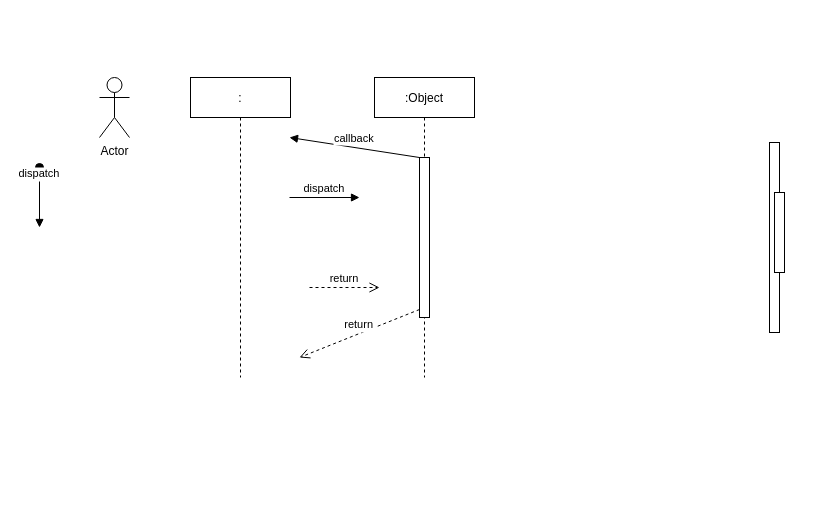
Earlier version of the draw.io diagram SequnceDiagram.drawio (Yash7200/CP-1). Source tidied: cells renumbered, new cells numbered last; positions are measured from the earlier drawing's top-left corner, leaving out a move shared by most shapes. Both pictures are drawn from the tidied source at 100%, with x=0, y=0 at pixel (39, 77).
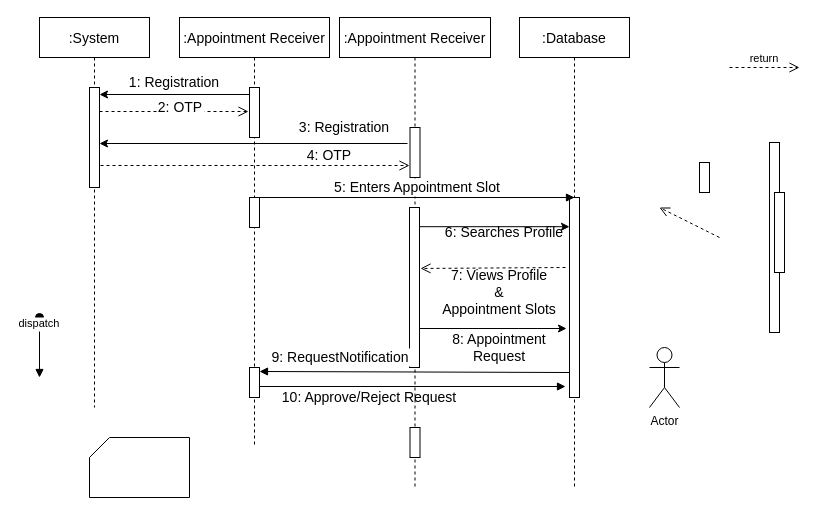
After the change.

The edit, as a diff of the source:
```diff
@@
-    <mxCell id="2" value=":" style="shape=umlLifeline;perimeter=lifelinePerimeter;rounded=0;shadow=0;strokeWidth=1;" parent="1" vertex="1">
-      <mxGeometry x="151" width="100" height="300" as="geometry" />
+    <mxCell id="2" value=":System" style="shape=umlLifeline;perimeter=lifelinePerimeter;rounded=0;shadow=0;strokeWidth=1;fontSize=14;" parent="1" vertex="1">
+      <mxGeometry y="-60" width="110" height="390" as="geometry" />
     </mxCell>
+    <mxCell id="13" style="points=[];perimeter=orthogonalPerimeter;rounded=0;shadow=0;strokeWidth=1;" parent="2" vertex="1">
+      <mxGeometry x="50" y="70" width="10" height="100" as="geometry" />
+    </mxCell>
-    <mxCell id="3" value=":Object" style="shape=umlLifeline;perimeter=lifelinePerimeter;rounded=0;shadow=0;strokeWidth=1;" parent="1" vertex="1">
-      <mxGeometry x="335" width="100" height="300" as="geometry" />
+    <mxCell id="3" value=":Appointment Receiver" style="shape=umlLifeline;perimeter=lifelinePerimeter;rounded=0;shadow=0;strokeWidth=1;fontSize=14;" parent="1" vertex="1">
+      <mxGeometry x="140" y="-60" width="150" height="430" as="geometry" />
     </mxCell>
     <mxCell id="4" style="points=[];perimeter=orthogonalPerimeter;rounded=0;shadow=0;strokeWidth=1;" parent="3" vertex="1">
-      <mxGeometry x="45" y="80" width="10" height="160" as="geometry" />
+      <mxGeometry x="70" y="70" width="10" height="50" as="geometry" />
     </mxCell>
+    <mxCell id="14" style="points=[];perimeter=orthogonalPerimeter;rounded=0;shadow=0;strokeWidth=1;" parent="3" vertex="1">
+      <mxGeometry x="70" y="180" width="10" height="30" as="geometry" />
+    </mxCell>
+    <mxCell id="15" style="perimeter=orthogonalPerimeter;rounded=0;shadow=0;strokeWidth=1;" parent="3" vertex="1">
+      <mxGeometry x="70" y="350" width="10" height="30" as="geometry" />
+    </mxCell>
-    <mxCell id="5" value="return" style="verticalAlign=bottom;endArrow=open;dashed=1;endSize=8;exitX=0;exitY=0.95;shadow=0;strokeWidth=1;" parent="1" edge="1" source="4">
-      <mxGeometry relative="1" as="geometry">
-        <mxPoint x="260" y="280" as="targetPoint" />
-      </mxGeometry>
+    <mxCell id="5" value="2: OTP" style="verticalAlign=bottom;endArrow=open;dashed=1;endSize=8;shadow=0;strokeWidth=1;entryX=-0.1;entryY=0.48;entryDx=0;entryDy=0;entryPerimeter=0;exitX=1;exitY=0.24;exitDx=0;exitDy=0;exitPerimeter=0;fontSize=14;" parent="1" edge="1" source="13" target="4">
+      <mxGeometry x="0.09" y="-6" relative="1" as="geometry" />
     </mxCell>
-    <mxCell id="6" value="dispatch" style="verticalAlign=bottom;endArrow=block;shadow=0;strokeWidth=1;" parent="1" edge="1">
-      <mxGeometry relative="1" as="geometry">
-        <mxPoint x="250" y="120" as="sourcePoint" />
-        <mxPoint x="320" y="120" as="targetPoint" />
-      </mxGeometry>
-    </mxCell>
-    <mxCell id="7" value="callback" style="verticalAlign=bottom;endArrow=block;shadow=0;strokeWidth=1;" parent="1" edge="1" source="4">
-      <mxGeometry relative="1" as="geometry">
-        <mxPoint x="250" y="60" as="targetPoint" />
+    <mxCell id="7" value="10: Approve/Reject Request" style="verticalAlign=bottom;endArrow=block;shadow=0;strokeWidth=1;entryX=-0.4;entryY=0.945;entryDx=0;entryDy=0;entryPerimeter=0;fontSize=14;" parent="1" edge="1" target="27">
+      <mxGeometry x="-0.28" y="-21" relative="1" as="geometry">
+        <mxPoint x="220" y="309" as="sourcePoint" />
       </mxGeometry>
     </mxCell>
-    <mxCell id="8" value="return" style="verticalAlign=bottom;endArrow=open;dashed=1;endSize=8;shadow=0;strokeWidth=1;" parent="1" edge="1">
-      <mxGeometry relative="1" as="geometry">
-        <mxPoint x="270" y="210" as="sourcePoint" />
-        <mxPoint x="340" y="210" as="targetPoint" />
-      </mxGeometry>
-    </mxCell>
     <mxCell id="9" value="dispatch" style="verticalAlign=bottom;startArrow=oval;endArrow=block;startSize=8;shadow=0;strokeWidth=1;" parent="1" edge="1">
       <mxGeometry x="-0.5" relative="1" as="geometry">
-        <mxPoint y="90" as="sourcePoint" />
-        <mxPoint y="150" as="targetPoint" />
+        <mxPoint y="240" as="sourcePoint" />
+        <mxPoint y="300" as="targetPoint" />
       </mxGeometry>
     </mxCell>
     <mxCell id="10" value="Actor" style="shape=umlActor;verticalLabelPosition=bottom;verticalAlign=top;html=1;" parent="1" vertex="1">
-      <mxGeometry x="60" width="30" height="60" as="geometry" />
+      <mxGeometry x="610" y="270" width="30" height="60" as="geometry" />
     </mxCell>
@@
+    <mxCell id="16" value="1: Registration" style="text;html=1;strokeColor=none;fillColor=none;align=center;verticalAlign=middle;whiteSpace=wrap;rounded=0;fontSize=14;" parent="1" vertex="1">
+      <mxGeometry x="80" y="-10" width="110" height="30" as="geometry" />
+    </mxCell>
+    <mxCell id="17" value=":Appointment Receiver" style="shape=umlLifeline;perimeter=lifelinePerimeter;rounded=0;shadow=0;strokeWidth=1;fontSize=14;" parent="1" vertex="1">
+      <mxGeometry x="300" y="-60" width="151" height="470" as="geometry" />
+    </mxCell>
+    <mxCell id="18" style="points=[];perimeter=orthogonalPerimeter;rounded=0;shadow=0;strokeWidth=1;" parent="17" vertex="1">
+      <mxGeometry x="70.5" y="110" width="10" height="50" as="geometry" />
+    </mxCell>
+    <mxCell id="19" style="points=[];perimeter=orthogonalPerimeter;rounded=0;shadow=0;strokeWidth=1;" parent="17" vertex="1">
+      <mxGeometry x="70" y="190" width="10" height="160" as="geometry" />
+    </mxCell>
+    <mxCell id="20" style="perimeter=orthogonalPerimeter;rounded=0;shadow=0;strokeWidth=1;" parent="17" vertex="1">
+      <mxGeometry x="70.5" y="410" width="10" height="30" as="geometry" />
+    </mxCell>
+    <mxCell id="21" style="endArrow=classic;html=1;rounded=0;fontSize=14;exitX=0;exitY=0.14;exitDx=0;exitDy=0;exitPerimeter=0;" parent="1" edge="1" source="4">
+      <mxGeometry relative="1" as="geometry">
+        <mxPoint x="60" y="17" as="targetPoint" />
+      </mxGeometry>
+    </mxCell>
+    <mxCell id="22" style="verticalAlign=bottom;endArrow=open;dashed=1;endSize=8;shadow=0;strokeWidth=1;" parent="1" edge="1">
+      <mxGeometry x="-1" y="-70" relative="1" as="geometry">
+        <mxPoint x="680" y="160" as="sourcePoint" />
+        <mxPoint x="620" y="130" as="targetPoint" />
+        <mxPoint x="39" y="63" as="offset" />
+      </mxGeometry>
+    </mxCell>
+    <mxCell id="23" style="endArrow=classic;html=1;rounded=0;fontSize=14;exitX=-0.25;exitY=0.32;exitDx=0;exitDy=0;exitPerimeter=0;" parent="1" edge="1" source="18" target="13">
+      <mxGeometry relative="1" as="geometry" />
+    </mxCell>
+    <mxCell id="24" value="3: Registration" style="text;html=1;strokeColor=none;fillColor=none;align=center;verticalAlign=middle;whiteSpace=wrap;rounded=0;fontSize=14;" parent="1" vertex="1">
+      <mxGeometry x="250" y="35" width="110" height="30" as="geometry" />
+    </mxCell>
+    <mxCell id="25" value="return" style="verticalAlign=bottom;endArrow=open;dashed=1;endSize=8;shadow=0;strokeWidth=1;" parent="1" edge="1">
+      <mxGeometry relative="1" as="geometry">
+        <mxPoint x="690" y="-10" as="sourcePoint" />
+        <mxPoint x="760" y="-10" as="targetPoint" />
+      </mxGeometry>
+    </mxCell>
+    <mxCell id="8" value="4: OTP" style="verticalAlign=bottom;endArrow=open;dashed=1;endSize=8;shadow=0;strokeWidth=1;exitX=1.1;exitY=0.78;exitDx=0;exitDy=0;exitPerimeter=0;entryX=-0.05;entryY=0.76;entryDx=0;entryDy=0;entryPerimeter=0;fontSize=14;" parent="1" edge="1" source="13" target="18">
+      <mxGeometry x="0.48" relative="1" as="geometry" />
+    </mxCell>
+    <mxCell id="26" value=":Database" style="shape=umlLifeline;perimeter=lifelinePerimeter;rounded=0;shadow=0;strokeWidth=1;fontSize=14;" parent="1" vertex="1">
+      <mxGeometry x="480" y="-60" width="110" height="470" as="geometry" />
+    </mxCell>
+    <mxCell id="27" style="points=[];perimeter=orthogonalPerimeter;rounded=0;shadow=0;strokeWidth=1;" parent="26" vertex="1">
+      <mxGeometry x="50" y="180" width="10" height="200" as="geometry" />
+    </mxCell>
+    <mxCell id="6" value="5: Enters Appointment Slot" style="verticalAlign=bottom;endArrow=block;shadow=0;strokeWidth=1;fontSize=14;entryX=0.5;entryY=0;entryDx=0;entryDy=0;entryPerimeter=0;" parent="1" edge="1" source="14" target="27">
+      <mxGeometry relative="1" as="geometry" />
+    </mxCell>
+    <mxCell id="28" style="endArrow=classic;html=1;rounded=0;fontSize=14;exitX=1.05;exitY=0.12;exitDx=0;exitDy=0;exitPerimeter=0;" parent="1" edge="1" source="19" target="27">
+      <mxGeometry relative="1" as="geometry" />
+    </mxCell>
+    <mxCell id="29" value="6: Searches Profile" style="text;html=1;strokeColor=none;fillColor=none;align=center;verticalAlign=middle;whiteSpace=wrap;rounded=0;fontSize=14;" parent="1" vertex="1">
+      <mxGeometry x="390" y="130" width="150" height="50" as="geometry" />
+    </mxCell>
+    <mxCell id="30" style="verticalAlign=bottom;endArrow=open;dashed=1;endSize=8;shadow=0;strokeWidth=1;exitX=-0.4;exitY=0.35;exitDx=0;exitDy=0;exitPerimeter=0;entryX=1.1;entryY=0.381;entryDx=0;entryDy=0;entryPerimeter=0;" parent="1" edge="1" source="27" target="19">
+      <mxGeometry x="-1" y="-70" relative="1" as="geometry">
+        <mxPoint x="39" y="63" as="offset" />
+      </mxGeometry>
+    </mxCell>
+    <mxCell id="31" value="&lt;div&gt;7: Views Profile&lt;/div&gt;&lt;div&gt;&amp;amp;&lt;/div&gt;&lt;div&gt;Appointment Slots&lt;br&gt;&lt;/div&gt;" style="text;html=1;strokeColor=none;fillColor=none;align=center;verticalAlign=middle;whiteSpace=wrap;rounded=0;fontSize=14;" parent="1" vertex="1">
+      <mxGeometry x="400" y="180" width="120" height="70" as="geometry" />
+    </mxCell>
+    <mxCell id="32" style="endArrow=classic;html=1;rounded=0;fontSize=14;entryX=-0.3;entryY=0.655;entryDx=0;entryDy=0;entryPerimeter=0;" parent="1" edge="1" source="19" target="27">
+      <mxGeometry relative="1" as="geometry" />
+    </mxCell>
+    <mxCell id="33" value="8: Appointment Request" style="text;html=1;strokeColor=none;fillColor=none;align=center;verticalAlign=middle;whiteSpace=wrap;rounded=0;fontSize=14;" parent="1" vertex="1">
+      <mxGeometry x="410" y="255" width="100" height="30" as="geometry" />
+    </mxCell>
+    <mxCell id="34" value="9: RequestNotification" style="verticalAlign=bottom;endArrow=block;shadow=0;strokeWidth=1;fontSize=14;exitX=0;exitY=0.875;exitDx=0;exitDy=0;exitPerimeter=0;" parent="1" edge="1" source="27">
+      <mxGeometry x="0.48" y="-4" relative="1" as="geometry">
+        <mxPoint x="220" y="294" as="targetPoint" />
+      </mxGeometry>
+    </mxCell>
+    <mxCell id="35" style="perimeter=orthogonalPerimeter;rounded=0;shadow=0;strokeWidth=1;" parent="1" vertex="1">
+      <mxGeometry x="660" y="85" width="10" height="30" as="geometry" />
+    </mxCell>
+    <mxCell id="36" style="verticalLabelPosition=bottom;verticalAlign=top;html=1;shape=card;whiteSpace=wrap;size=20;arcSize=12;fontSize=14;fillColor=none;" parent="1" vertex="1">
+      <mxGeometry x="50" y="360" width="100" height="60" as="geometry" />
+    </mxCell>
```
